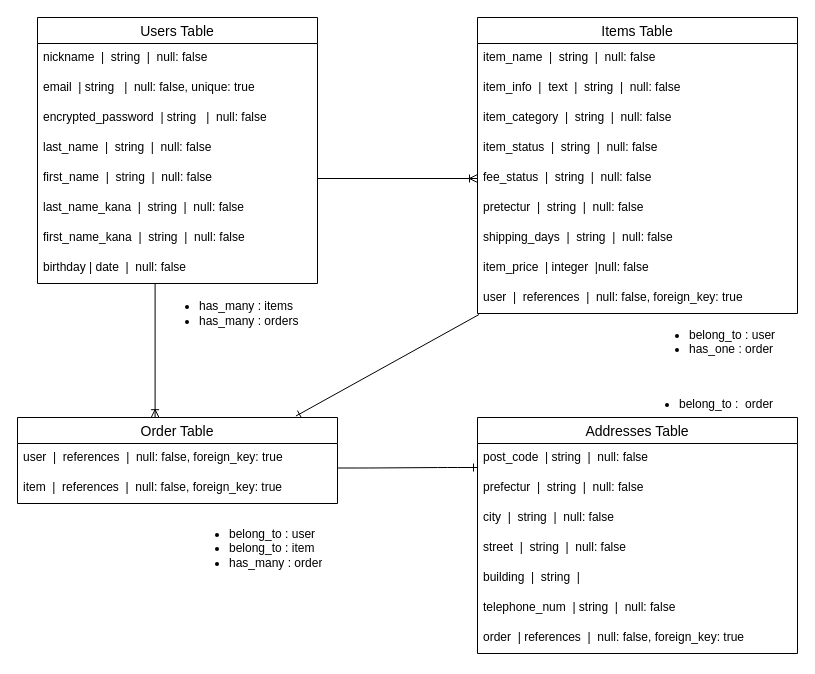
KITASHA/furima-40377 keeps this draw.io diagram as furima_er.dio. Above is the earlier version. Source tidied: cells renumbered, new cells numbered last; positions are measured from the earlier drawing's top-left corner, leaving out a move shared by most shapes. Both pictures are drawn from the tidied source at 100%, with x=0, y=0 at pixel (17, 17).
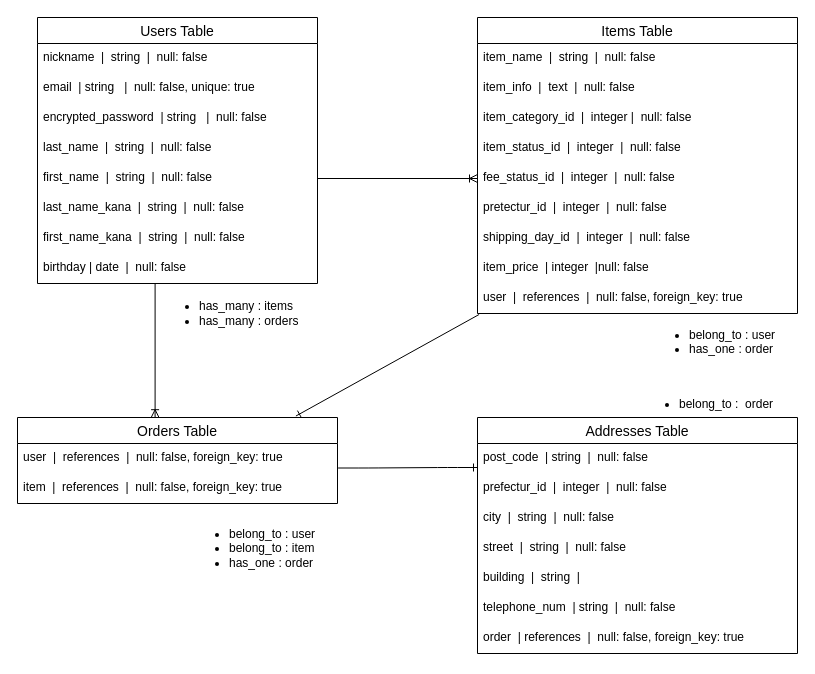
After the change.

Commit message (it also covers changes not shown here):
データベース設計 修正#4

指摘箇所の軽微な修正

Unchanged cells that the change refers to:
```xml
<mxCell id="11" value="Items Table" style="swimlane;fontStyle=0;horizontal=1;startSize=26;align=center;fontSize=14;" parent="1" vertex="1">
  <mxGeometry x="460" width="320" height="296" as="geometry" />
</mxCell>
<mxCell id="24" value="Addresses Table" style="swimlane;fontStyle=0;horizontal=1;startSize=26;align=center;fontSize=14;" parent="1" vertex="1">
  <mxGeometry x="460" y="400" width="320" height="236" as="geometry" />
</mxCell>
```

Diff of the diagram source:
```diff
@@
-    <mxCell id="13" value="item_info  |  text  |  string  |  null: false" style="text;strokeColor=none;fillColor=none;spacingLeft=4;spacingRight=4;overflow=hidden;fontSize=12;" parent="11" vertex="1">
+    <mxCell id="13" value="item_info  |  text  |  null: false" style="text;strokeColor=none;fillColor=none;spacingLeft=4;spacingRight=4;overflow=hidden;fontSize=12;" parent="11" vertex="1">
       <mxGeometry y="56" width="320" height="30" as="geometry" />
     </mxCell>
-    <mxCell id="14" value="item_category  |  string  |  null: false" style="text;strokeColor=none;fillColor=none;spacingLeft=4;spacingRight=4;overflow=hidden;fontSize=12;" parent="11" vertex="1">
+    <mxCell id="14" value="item_category_id  |  integer |  null: false" style="text;strokeColor=none;fillColor=none;spacingLeft=4;spacingRight=4;overflow=hidden;fontSize=12;" parent="11" vertex="1">
       <mxGeometry y="86" width="320" height="30" as="geometry" />
     </mxCell>
-    <mxCell id="15" value="item_status  |  string  |  null: false" style="text;strokeColor=none;fillColor=none;spacingLeft=4;spacingRight=4;overflow=hidden;fontSize=12;" parent="11" vertex="1">
+    <mxCell id="15" value="item_status_id  |  integer  |  null: false" style="text;strokeColor=none;fillColor=none;spacingLeft=4;spacingRight=4;overflow=hidden;fontSize=12;" parent="11" vertex="1">
       <mxGeometry y="116" width="320" height="30" as="geometry" />
     </mxCell>
-    <mxCell id="16" value="fee_status  |  string  |  null: false" style="text;strokeColor=none;fillColor=none;spacingLeft=4;spacingRight=4;overflow=hidden;points=[[0,0.5],[1,0.5]];portConstraint=eastwest;fontSize=12;" parent="11" vertex="1">
+    <mxCell id="16" value="fee_status_id  |  integer  |  null: false" style="text;strokeColor=none;fillColor=none;spacingLeft=4;spacingRight=4;overflow=hidden;points=[[0,0.5],[1,0.5]];portConstraint=eastwest;fontSize=12;" parent="11" vertex="1">
       <mxGeometry y="146" width="320" height="30" as="geometry" />
     </mxCell>
-    <mxCell id="17" value="pretectur  |  string  |  null: false" style="text;strokeColor=none;fillColor=none;spacingLeft=4;spacingRight=4;overflow=hidden;fontSize=12;" parent="11" vertex="1">
+    <mxCell id="17" value="pretectur_id  |  integer  |  null: false" style="text;strokeColor=none;fillColor=none;spacingLeft=4;spacingRight=4;overflow=hidden;fontSize=12;" parent="11" vertex="1">
       <mxGeometry y="176" width="320" height="30" as="geometry" />
     </mxCell>
-    <mxCell id="18" value="shipping_days  |  string  |  null: false" style="text;strokeColor=none;fillColor=none;spacingLeft=4;spacingRight=4;overflow=hidden;fontSize=12;" parent="11" vertex="1">
+    <mxCell id="18" value="shipping_day_id  |  integer  |  null: false" style="text;strokeColor=none;fillColor=none;spacingLeft=4;spacingRight=4;overflow=hidden;fontSize=12;" parent="11" vertex="1">
       <mxGeometry y="206" width="320" height="30" as="geometry" />
     </mxCell>
@@
-    <mxCell id="21" value="Order Table" style="swimlane;fontStyle=0;horizontal=1;startSize=26;align=center;fontSize=14;" parent="1" vertex="1">
+    <mxCell id="21" value="Orders Table" style="swimlane;fontStyle=0;horizontal=1;startSize=26;align=center;fontSize=14;" parent="1" vertex="1">
       <mxGeometry y="400" width="320" height="86" as="geometry" />
     </mxCell>
@@
-    <mxCell id="26" value="prefectur  |  string  |  null: false  " style="text;strokeColor=none;fillColor=none;spacingLeft=4;spacingRight=4;overflow=hidden;fontSize=12;" parent="24" vertex="1">
+    <mxCell id="26" value="prefectur_id  |  integer  |  null: false  " style="text;strokeColor=none;fillColor=none;spacingLeft=4;spacingRight=4;overflow=hidden;fontSize=12;" parent="24" vertex="1">
       <mxGeometry y="56" width="320" height="30" as="geometry" />
     </mxCell>
@@
-    <mxCell id="38" value="&lt;ul&gt;&lt;li&gt;belong_to : user&lt;/li&gt;&lt;li&gt;belong_to : item&lt;/li&gt;&lt;li&gt;has_many : order&lt;/li&gt;&lt;/ul&gt;" style="text;strokeColor=none;fillColor=none;html=1;whiteSpace=wrap;verticalAlign=middle;overflow=hidden;" parent="1" vertex="1">
+    <mxCell id="38" value="&lt;ul&gt;&lt;li&gt;belong_to : user&lt;/li&gt;&lt;li&gt;belong_to : item&lt;/li&gt;&lt;li&gt;has_one : order&lt;/li&gt;&lt;/ul&gt;" style="text;strokeColor=none;fillColor=none;html=1;whiteSpace=wrap;verticalAlign=middle;overflow=hidden;" parent="1" vertex="1">
       <mxGeometry x="170" y="486" width="150" height="90" as="geometry" />
     </mxCell>
```
